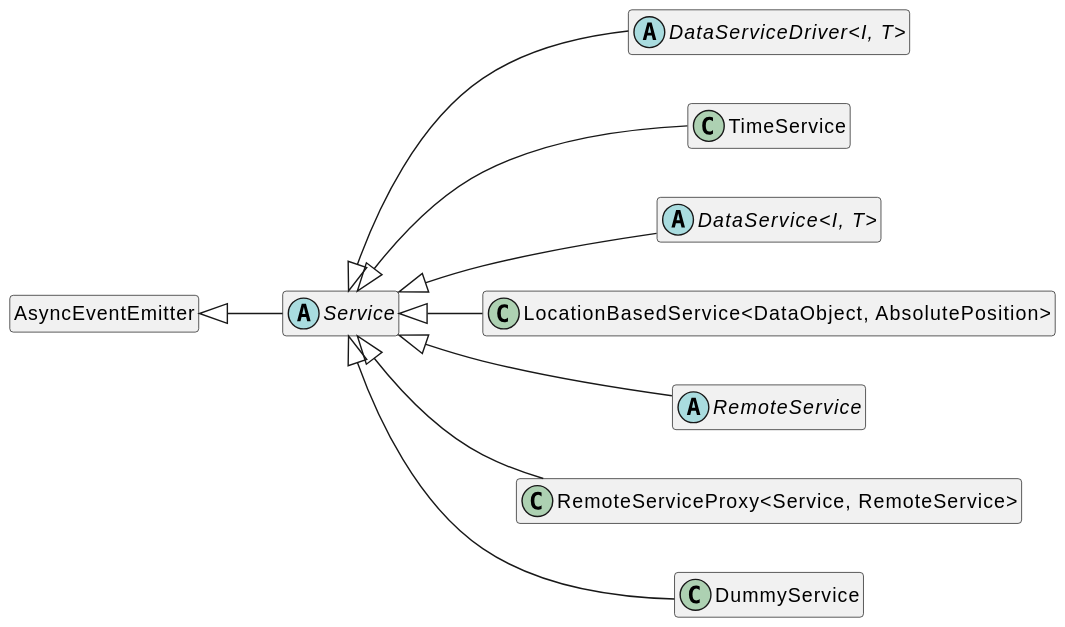
The PlantUML diagram assets/Service-umlClassDiagram-8691.svg in OpenHPS/openhps-core, before a commit.
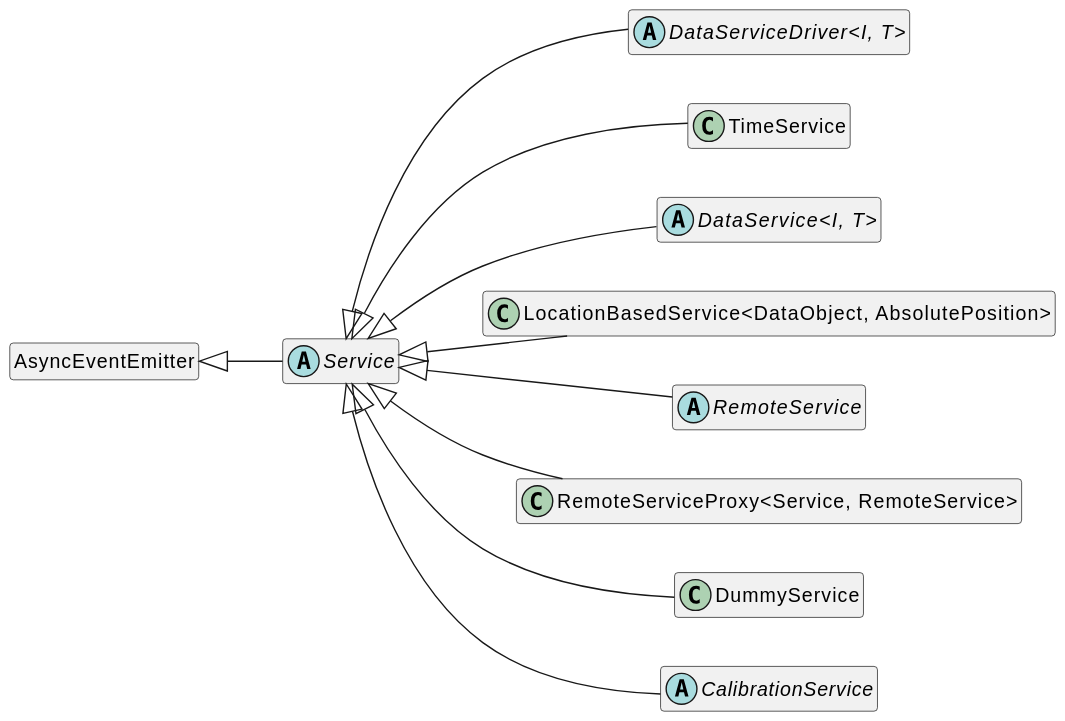
Above is the later version.

The edit, as a diff of the source:
```diff
@@ -29,4 +29,7 @@
 class "DummyService" {
 }
 "Service" <|-- "DummyService"
+abstract class "CalibrationService" {
+}
+"Service" <|-- "CalibrationService"
 @enduml
```
